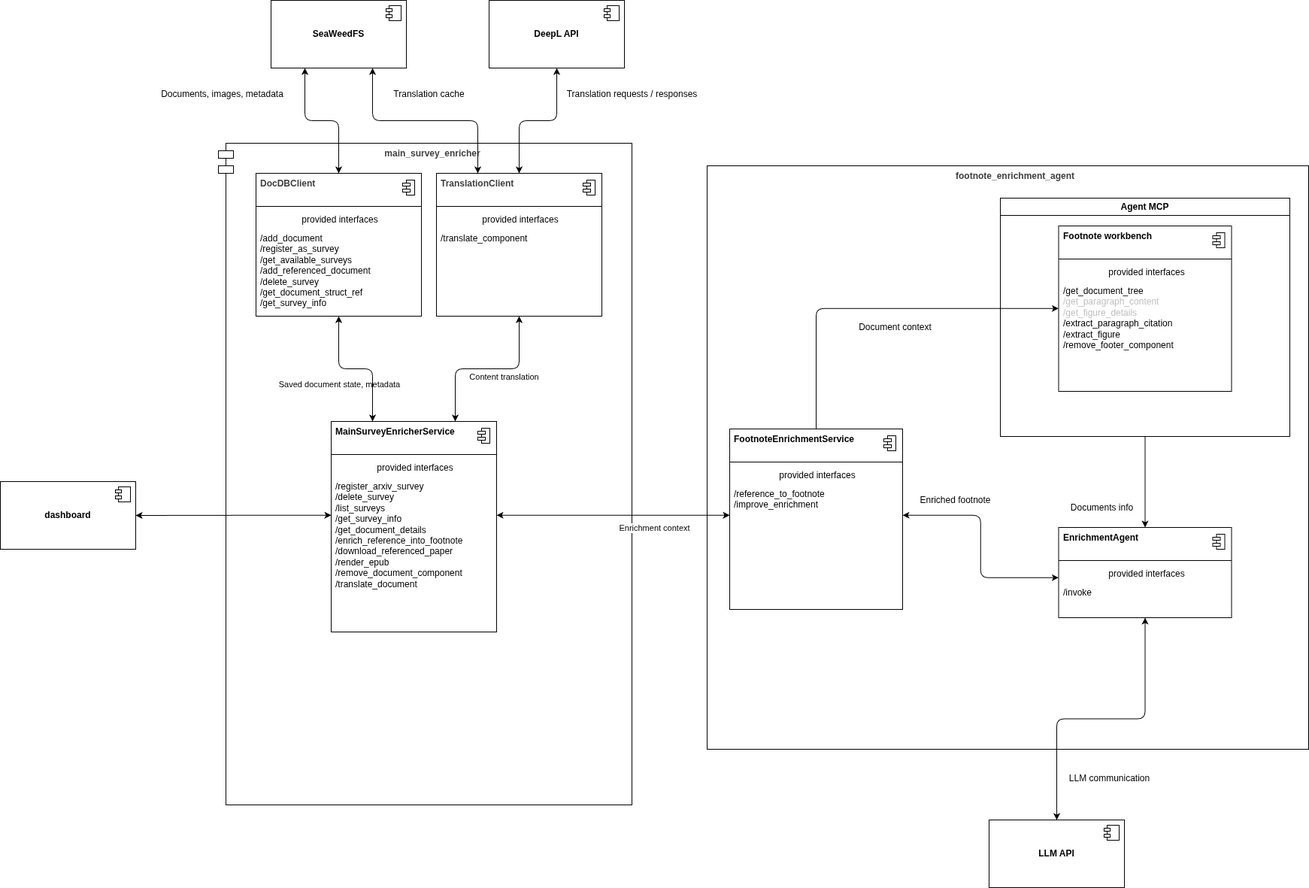
The draw.io diagram docs/architecture.drawio.png in WiktorProsowicz/paper-enrichment-agent, before a commit. Source tidied: cells renumbered, new cells last; positions are measured from the earlier drawing's top-left corner, leaving out a move shared by most shapes.
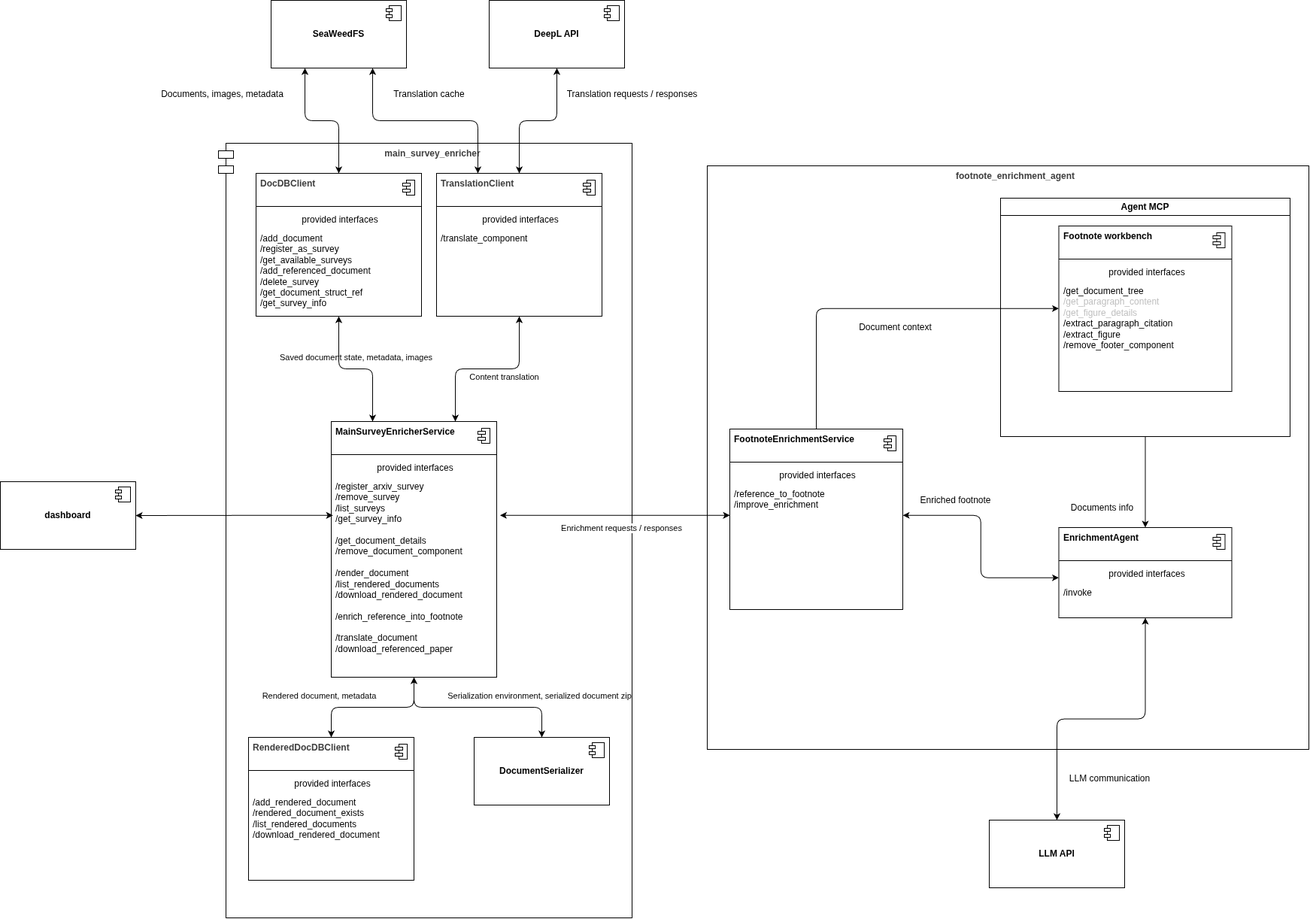
After the commit.

Commit message:
docs: Update architetcure diagram

The edit, as a diff of the source:
```diff
@@ -6,10 +6,10 @@
       <mxGeometry x="940" y="220" width="800" height="776" as="geometry" />
     </mxCell>
     <mxCell id="3" value="&lt;b style=&quot;color: rgb(63, 63, 63); scrollbar-color: rgb(226, 226, 226) rgb(251, 251, 251); text-align: left;&quot;&gt;main_survey_enricher&lt;/b&gt;" style="shape=module;align=left;spacingLeft=20;align=center;verticalAlign=top;whiteSpace=wrap;html=1;" parent="1" vertex="1">
-      <mxGeometry x="290" y="190" width="550" height="880" as="geometry" />
+      <mxGeometry x="290" y="190" width="550" height="1030" as="geometry" />
     </mxCell>
     <mxCell id="4" style="fontStyle=1;align=center;verticalAlign=top;horizontal=1;" parent="1" vertex="1">
-      <mxGeometry x="440" y="560" width="220" height="280" as="geometry" />
+      <mxGeometry x="440" y="560" width="220" height="340" as="geometry" />
     </mxCell>
     <mxCell id="5" value="&lt;b&gt;MainSurveyEnricherService&lt;/b&gt;" style="html=1;align=left;spacingLeft=4;verticalAlign=top;strokeColor=none;fillColor=none;whiteSpace=wrap;" parent="4" vertex="1">
       <mxGeometry width="220" height="40" as="geometry" />
@@ -25,8 +25,8 @@
     <mxCell id="8" value="provided interfaces" style="html=1;align=center;spacingLeft=4;verticalAlign=top;strokeColor=none;fillColor=none;whiteSpace=wrap;" parent="4" vertex="1">
       <mxGeometry y="48" width="220" height="25" as="geometry" />
     </mxCell>
-    <mxCell id="9" value="&lt;div&gt;&lt;span style=&quot;background-color: transparent;&quot;&gt;/register_arxiv_survey&lt;/span&gt;&lt;/div&gt;&lt;div&gt;&lt;div&gt;/delete_survey&lt;/div&gt;&lt;/div&gt;&lt;div&gt;/list_surveys&lt;/div&gt;&lt;div&gt;/get_survey_info&lt;/div&gt;&lt;div&gt;/get_document_details&lt;/div&gt;&lt;div&gt;/enrich_reference_into_footnote&lt;/div&gt;&lt;div&gt;/download_referenced_paper&lt;/div&gt;&lt;div&gt;/render_epub&lt;/div&gt;&lt;div&gt;/remove_document_component&lt;/div&gt;&lt;div&gt;/translate_document&lt;/div&gt;" style="html=1;align=left;spacingLeft=4;verticalAlign=top;strokeColor=none;fillColor=none;whiteSpace=wrap;" parent="4" vertex="1">
-      <mxGeometry y="73" width="220" height="207" as="geometry" />
+    <mxCell id="9" value="&lt;div&gt;&lt;span style=&quot;background-color: transparent;&quot;&gt;/register_arxiv_survey&lt;/span&gt;&lt;/div&gt;&lt;div&gt;&lt;div&gt;/remove_survey&lt;/div&gt;&lt;/div&gt;&lt;div&gt;/list_surveys&lt;/div&gt;&lt;div&gt;/get_survey_info&lt;/div&gt;&lt;div&gt;&lt;br&gt;&lt;/div&gt;&lt;div&gt;/get_document_details&lt;/div&gt;&lt;div&gt;/remove_document_component&lt;/div&gt;&lt;div&gt;&lt;br&gt;&lt;/div&gt;&lt;div&gt;/render_document&lt;/div&gt;&lt;div&gt;/list_rendered_documents&lt;/div&gt;&lt;div&gt;/download_rendered_document&lt;/div&gt;&lt;div&gt;&lt;br&gt;&lt;/div&gt;&lt;div&gt;/enrich_reference_into_footnote&lt;/div&gt;&lt;div&gt;&lt;br&gt;&lt;/div&gt;&lt;div&gt;/translate_document&lt;/div&gt;&lt;div&gt;/download_referenced_paper&lt;/div&gt;" style="html=1;align=left;spacingLeft=4;verticalAlign=top;strokeColor=none;fillColor=none;whiteSpace=wrap;" parent="4" vertex="1">
+      <mxGeometry y="73" width="220" height="267" as="geometry" />
     </mxCell>
     <mxCell id="10" value="&lt;b&gt;dashboard&lt;/b&gt;" style="html=1;whiteSpace=wrap;" parent="1" vertex="1">
       <mxGeometry y="640" width="180" height="90" as="geometry" />
@@ -126,8 +126,10 @@
     <mxCell id="37" value="Documents, images, metadata" style="text;html=1;align=center;verticalAlign=middle;strokeColor=none;fillColor=none;" parent="1" vertex="1">
       <mxGeometry x="200" y="110" width="190" height="30" as="geometry" />
     </mxCell>
-    <mxCell id="38" value="Enrichment context" style="edgeLabel;html=1;align=center;verticalAlign=middle;" parent="1" vertex="1">
-      <mxGeometry x="870" y="701" as="geometry" />
+    <mxCell id="38" value="Enrichment requests / responses" style="edgeLabel;html=1;align=center;verticalAlign=middle;" parent="1" vertex="1">
+      <mxGeometry x="830" y="705" as="geometry">
+        <mxPoint x="-4" y="-4" as="offset" />
+      </mxGeometry>
     </mxCell>
     <mxCell id="39" value="Translation cache" style="text;html=1;align=center;verticalAlign=middle;strokeColor=none;fillColor=none;" parent="1" vertex="1">
       <mxGeometry x="510" y="110" width="120" height="30" as="geometry" />
@@ -141,14 +143,16 @@
     <mxCell id="42" style="endArrow=classic;startArrow=classic;html=1;edgeStyle=orthogonalEdgeStyle;entryX=0.5;entryY=1;entryDx=0;entryDy=0;exitX=0.5;exitY=0;exitDx=0;exitDy=0;" parent="1" edge="1" source="29" target="34">
       <mxGeometry relative="1" as="geometry" />
     </mxCell>
-    <mxCell id="43" style="endArrow=classic;startArrow=classic;html=1;edgeStyle=orthogonalEdgeStyle;entryX=1;entryY=0.5;entryDx=0;entryDy=0;exitX=0;exitY=0.25;exitDx=0;exitDy=0;" parent="1" edge="1" source="9" target="10">
+    <mxCell id="43" style="endArrow=classic;startArrow=classic;html=1;edgeStyle=orthogonalEdgeStyle;entryX=1;entryY=0.5;entryDx=0;entryDy=0;exitX=0.01;exitY=0.194;exitDx=0;exitDy=0;exitPerimeter=0;" parent="1" edge="1" source="9" target="10">
       <mxGeometry relative="1" as="geometry" />
     </mxCell>
-    <mxCell id="44" style="endArrow=classic;startArrow=classic;html=1;edgeStyle=orthogonalEdgeStyle;entryX=1;entryY=0.25;entryDx=0;entryDy=0;exitX=0;exitY=0.25;exitDx=0;exitDy=0;" parent="1" edge="1" source="17" target="9">
+    <mxCell id="44" style="endArrow=classic;startArrow=classic;html=1;edgeStyle=orthogonalEdgeStyle;entryX=1.02;entryY=0.194;entryDx=0;entryDy=0;exitX=0;exitY=0.25;exitDx=0;exitDy=0;entryPerimeter=0;" parent="1" edge="1" source="17" target="9">
       <mxGeometry relative="1" as="geometry" />
     </mxCell>
-    <mxCell id="45" value="Saved document state, metadata" style="edgeLabel;html=1;align=center;verticalAlign=middle;" parent="1" vertex="1">
-      <mxGeometry x="450.6" y="510.5" as="geometry" />
+    <mxCell id="45" value="Saved document state, metadata, images" style="edgeLabel;html=1;align=center;verticalAlign=middle;" parent="1" vertex="1">
+      <mxGeometry x="480" y="480" as="geometry">
+        <mxPoint x="-7" y="-6" as="offset" />
+      </mxGeometry>
     </mxCell>
     <mxCell id="46" style="endArrow=classic;startArrow=classic;html=1;edgeStyle=orthogonalEdgeStyle;entryX=0.5;entryY=1;entryDx=0;entryDy=0;exitX=0.25;exitY=0;exitDx=0;exitDy=0;" parent="1" edge="1" source="5" target="25">
       <mxGeometry relative="1" as="geometry" />
@@ -226,5 +230,52 @@
     <mxCell id="69" value="/get_document_tree&lt;div&gt;&lt;div style=&quot;color: rgb(192, 192, 192); scrollbar-color: rgb(75, 75, 75) rgb(27, 29, 30);&quot;&gt;&lt;font style=&quot;scrollbar-color: rgb(75, 75, 75) rgb(27, 29, 30);&quot;&gt;/get_paragraph_content&lt;/font&gt;&lt;/div&gt;&lt;div style=&quot;color: rgb(192, 192, 192); scrollbar-color: rgb(75, 75, 75) rgb(27, 29, 30);&quot;&gt;&lt;font style=&quot;scrollbar-color: rgb(75, 75, 75) rgb(27, 29, 30);&quot;&gt;/get_figure_details&lt;/font&gt;&lt;/div&gt;&lt;/div&gt;&lt;div&gt;&lt;div&gt;/extract_paragraph_citation&lt;/div&gt;&lt;div&gt;/extract_figure&lt;/div&gt;&lt;/div&gt;&lt;div&gt;/remove_footer_component&lt;/div&gt;" style="html=1;align=left;spacingLeft=4;verticalAlign=top;strokeColor=none;fillColor=none;whiteSpace=wrap;" parent="64" vertex="1">
       <mxGeometry y="73" width="230" height="147" as="geometry" />
     </mxCell>
+    <mxCell id="70" style="fontStyle=1;align=center;verticalAlign=top;horizontal=1;" parent="1" vertex="1">
+      <mxGeometry x="330" y="980" width="220" height="190" as="geometry" />
+    </mxCell>
+    <mxCell id="71" value="&lt;b style=&quot;color: rgb(63, 63, 63); scrollbar-color: rgb(226, 226, 226) rgb(251, 251, 251); text-align: center;&quot;&gt;RenderedDocDBClient&lt;/b&gt;" style="html=1;align=left;spacingLeft=4;verticalAlign=top;strokeColor=none;fillColor=none;whiteSpace=wrap;" parent="70" vertex="1">
+      <mxGeometry width="220" height="40" as="geometry" />
+    </mxCell>
+    <mxCell id="72" style="shape=module;jettyWidth=10;jettyHeight=4;" parent="71" vertex="1">
+      <mxGeometry x="1" width="16" height="20" relative="1" as="geometry">
+        <mxPoint x="-25" y="9" as="offset" />
+      </mxGeometry>
+    </mxCell>
+    <mxCell id="73" style="line;strokeWidth=1;fillColor=none;align=left;verticalAlign=middle;spacingTop=-1;spacingLeft=3;spacingRight=3;labelPosition=right;" parent="70" vertex="1">
+      <mxGeometry y="40" width="220" height="8" as="geometry" />
+    </mxCell>
+    <mxCell id="74" value="provided interfaces" style="html=1;align=center;spacingLeft=4;verticalAlign=top;strokeColor=none;fillColor=none;whiteSpace=wrap;" parent="70" vertex="1">
+      <mxGeometry y="48" width="220" height="25" as="geometry" />
+    </mxCell>
+    <mxCell id="75" value="&lt;div&gt;&lt;span style=&quot;background-color: transparent;&quot;&gt;/add_rendered_document&lt;br&gt;&lt;/span&gt;&lt;/div&gt;&lt;div&gt;&lt;span style=&quot;background-color: transparent;&quot;&gt;/rendered_document_exists&lt;/span&gt;&lt;/div&gt;&lt;div&gt;&lt;span style=&quot;background-color: transparent;&quot;&gt;/list_rendered_documents&lt;/span&gt;&lt;/div&gt;&lt;div&gt;&lt;span style=&quot;background-color: transparent;&quot;&gt;/download_rendered_document&lt;/span&gt;&lt;/div&gt;" style="html=1;align=left;spacingLeft=4;verticalAlign=top;strokeColor=none;fillColor=none;whiteSpace=wrap;" parent="70" vertex="1">
+      <mxGeometry y="73" width="220" height="117" as="geometry" />
+    </mxCell>
+    <mxCell id="76" style="edgeStyle=orthogonalEdgeStyle;html=1;entryX=0.5;entryY=1;entryDx=0;entryDy=0;" parent="1" edge="1" source="77" target="9">
+      <mxGeometry relative="1" as="geometry" />
+    </mxCell>
+    <mxCell id="77" value="&lt;b&gt;DocumentSerializer&lt;/b&gt;" style="html=1;whiteSpace=wrap;" parent="1" vertex="1">
+      <mxGeometry x="630" y="980" width="180" height="90" as="geometry" />
+    </mxCell>
+    <mxCell id="78" style="shape=module;jettyWidth=8;jettyHeight=4;" parent="77" vertex="1">
+      <mxGeometry x="1" width="20" height="20" relative="1" as="geometry">
+        <mxPoint x="-27" y="7" as="offset" />
+      </mxGeometry>
+    </mxCell>
+    <mxCell id="79" style="edgeStyle=orthogonalEdgeStyle;html=1;exitX=0.5;exitY=1;exitDx=0;exitDy=0;entryX=0.5;entryY=0;entryDx=0;entryDy=0;" parent="1" edge="1" source="9" target="71">
+      <mxGeometry relative="1" as="geometry" />
+    </mxCell>
+    <mxCell id="80" style="edgeStyle=orthogonalEdgeStyle;html=1;entryX=0.5;entryY=0;entryDx=0;entryDy=0;" parent="1" edge="1" source="9" target="77">
+      <mxGeometry relative="1" as="geometry" />
+    </mxCell>
+    <mxCell id="81" value="Rendered document, metadata" style="edgeLabel;html=1;align=center;verticalAlign=middle;" parent="1" vertex="1">
+      <mxGeometry x="430" y="930" as="geometry">
+        <mxPoint x="-7" y="-6" as="offset" />
+      </mxGeometry>
+    </mxCell>
+    <mxCell id="82" value="Serialization environment, serialized document zip" style="edgeLabel;html=1;align=center;verticalAlign=middle;" parent="1" vertex="1">
+      <mxGeometry x="720" y="930" as="geometry">
+        <mxPoint x="-3" y="-6" as="offset" />
+      </mxGeometry>
+    </mxCell>
   </root>
 </mxGraphModel>
```
